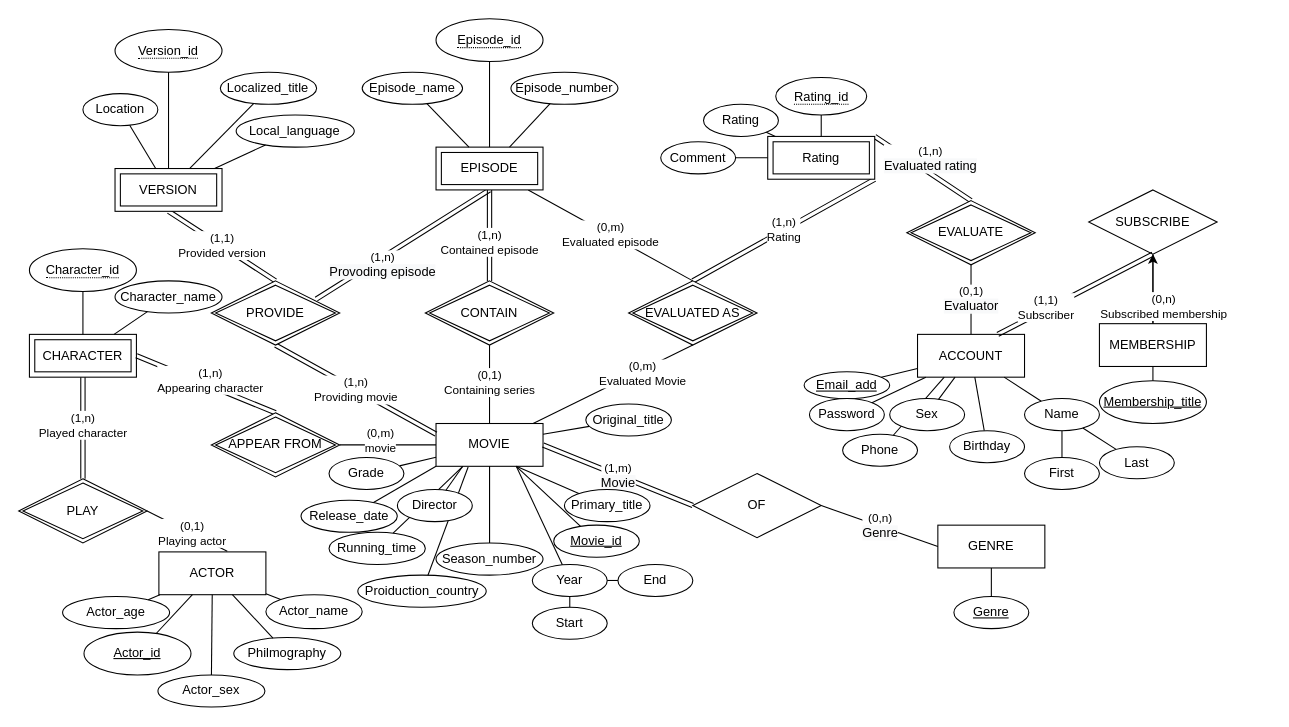
The draw.io diagram knuMovieDB-2.drawio in BENHAN94/knuMovieDB, before the edit. Source tidied: cells renumbered, new cells numbered last; positions are measured from the earlier drawing's top-left corner, leaving out a move shared by most shapes. Both pictures are drawn from the tidied source at 107%, with x=0, y=0 at pixel (18, 18).
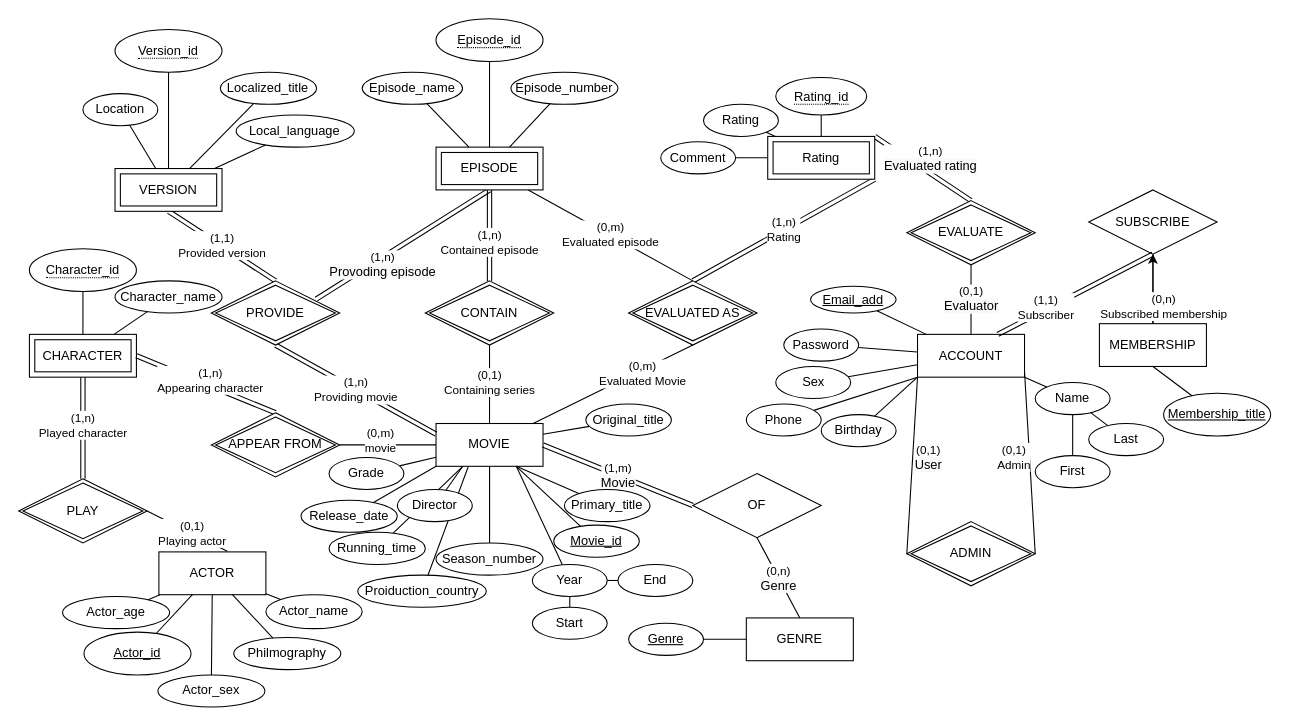
The same diagram, later.

Unchanged cells that the change refers to:
```xml
<mxCell id="7" value="OF" style="shape=rhombus;perimeter=rhombusPerimeter;whiteSpace=wrap;html=1;align=center;" parent="1" vertex="1">
  <mxGeometry x="630" y="425" width="120" height="60" as="geometry" />
</mxCell>
<mxCell id="31" value="ACCOUNT" style="whiteSpace=wrap;html=1;align=center;" parent="1" vertex="1">
  <mxGeometry x="840" y="295" width="100" height="40" as="geometry" />
</mxCell>
```

What changed in the source:
```diff
@@
     <mxCell id="3" value="GENRE" style="whiteSpace=wrap;html=1;align=center;" parent="1" vertex="1">
-      <mxGeometry x="859" y="473.3" width="100" height="40" as="geometry" />
+      <mxGeometry x="680" y="560" width="100" height="40" as="geometry" />
     </mxCell>
@@
-    <mxCell id="9" value="(0,n)&lt;br&gt;&lt;span style=&quot;font-size: 12px ; background-color: rgb(248 , 249 , 250)&quot;&gt;Genre&lt;/span&gt;" style="endArrow=none;html=1;rounded=0;exitX=1;exitY=0.5;exitDx=0;exitDy=0;entryX=0;entryY=0.5;entryDx=0;entryDy=0;" parent="1" edge="1" source="7" target="3">
+    <mxCell id="9" value="(0,n)&lt;br&gt;&lt;span style=&quot;font-size: 12px ; background-color: rgb(248 , 249 , 250)&quot;&gt;Genre&lt;/span&gt;" style="endArrow=none;html=1;rounded=0;exitX=0.5;exitY=1;exitDx=0;exitDy=0;entryX=0.5;entryY=0;entryDx=0;entryDy=0;" parent="1" edge="1" source="7" target="3">
       <mxGeometry relative="1" as="geometry" />
     </mxCell>
@@
     <mxCell id="35" value="Email_add" style="ellipse;whiteSpace=wrap;html=1;align=center;fontStyle=4;" parent="1" vertex="1">
-      <mxGeometry x="734" y="330" width="80" height="25" as="geometry" />
+      <mxGeometry x="740" y="250" width="80" height="25" as="geometry" />
     </mxCell>
@@
     <mxCell id="47" value="Membership_title" style="ellipse;whiteSpace=wrap;html=1;align=center;fontStyle=4;" parent="1" vertex="1">
-      <mxGeometry x="1010" y="338.3" width="100" height="40" as="geometry" />
+      <mxGeometry x="1070" y="350" width="100" height="40" as="geometry" />
     </mxCell>
@@
     <mxCell id="74" value="Genre" style="ellipse;whiteSpace=wrap;html=1;align=center;fontStyle=4;" parent="1" vertex="1">
-      <mxGeometry x="874" y="540" width="70" height="30" as="geometry" />
+      <mxGeometry x="570" y="565" width="70" height="30" as="geometry" />
     </mxCell>
@@
     <mxCell id="76" value="Password" style="ellipse;whiteSpace=wrap;html=1;align=center;" parent="1" vertex="1">
-      <mxGeometry x="739" y="355" width="70" height="30" as="geometry" />
+      <mxGeometry x="715" y="290" width="70" height="30" as="geometry" />
     </mxCell>
@@
     <mxCell id="80" value="Phone" style="ellipse;whiteSpace=wrap;html=1;align=center;" parent="1" vertex="1">
-      <mxGeometry x="770" y="388.3" width="70" height="30" as="geometry" />
+      <mxGeometry x="680" y="360" width="70" height="30" as="geometry" />
     </mxCell>
-    <mxCell id="81" style="endArrow=none;html=1;rounded=0;entryX=0.25;entryY=1;entryDx=0;entryDy=0;" parent="1" edge="1" source="80" target="31">
+    <mxCell id="81" style="endArrow=none;html=1;rounded=0;entryX=0;entryY=1;entryDx=0;entryDy=0;" parent="1" edge="1" source="80" target="31">
       <mxGeometry relative="1" as="geometry" />
     </mxCell>
     <mxCell id="82" value="Name" style="ellipse;whiteSpace=wrap;html=1;align=center;" parent="1" vertex="1">
-      <mxGeometry x="940" y="355" width="70" height="30" as="geometry" />
+      <mxGeometry x="950" y="340" width="70" height="30" as="geometry" />
     </mxCell>
-    <mxCell id="83" style="endArrow=none;html=1;rounded=0;" parent="1" edge="1" source="82" target="31">
+    <mxCell id="83" style="endArrow=none;html=1;rounded=0;entryX=1;entryY=1;entryDx=0;entryDy=0;" parent="1" edge="1" source="82" target="31">
       <mxGeometry relative="1" as="geometry" />
     </mxCell>
     <mxCell id="84" value="Sex" style="ellipse;whiteSpace=wrap;html=1;align=center;" parent="1" vertex="1">
-      <mxGeometry x="814" y="355" width="70" height="30" as="geometry" />
+      <mxGeometry x="707.5" y="325" width="70" height="30" as="geometry" />
     </mxCell>
@@
     <mxCell id="86" value="First" style="ellipse;whiteSpace=wrap;html=1;align=center;" parent="1" vertex="1">
-      <mxGeometry x="940" y="410" width="70" height="30" as="geometry" />
+      <mxGeometry x="950" y="408.3" width="70" height="30" as="geometry" />
     </mxCell>
@@
     <mxCell id="88" value="Last" style="ellipse;whiteSpace=wrap;html=1;align=center;" parent="1" vertex="1">
-      <mxGeometry x="1010" y="400" width="70" height="30" as="geometry" />
+      <mxGeometry x="1000" y="378.3" width="70" height="30" as="geometry" />
     </mxCell>
@@
     <mxCell id="90" value="Birthday" style="ellipse;whiteSpace=wrap;html=1;align=center;" parent="1" vertex="1">
-      <mxGeometry x="870" y="385" width="70" height="30" as="geometry" />
+      <mxGeometry x="750" y="370" width="70" height="30" as="geometry" />
     </mxCell>
-    <mxCell id="91" style="endArrow=none;html=1;rounded=0;" parent="1" edge="1" source="31" target="90">
+    <mxCell id="91" style="endArrow=none;html=1;rounded=0;exitX=0;exitY=1;exitDx=0;exitDy=0;" parent="1" edge="1" source="31" target="90">
       <mxGeometry relative="1" as="geometry" />
     </mxCell>
@@
+    <mxCell id="117" value="ADMIN" style="shape=rhombus;double=1;perimeter=rhombusPerimeter;whiteSpace=wrap;html=1;align=center;" parent="1" vertex="1">
+      <mxGeometry x="830" y="470" width="120" height="60" as="geometry" />
+    </mxCell>
+    <mxCell id="118" value="(0,1)&lt;br&gt;&lt;span style=&quot;font-size: 12px ; background-color: rgb(248 , 249 , 250)&quot;&gt;User&lt;br&gt;&lt;/span&gt;" style="endArrow=none;html=1;rounded=0;exitX=0;exitY=0.5;exitDx=0;exitDy=0;entryX=0;entryY=1;entryDx=0;entryDy=0;" parent="1" edge="1" source="117" target="31">
+      <mxGeometry x="0.1" y="-15" relative="1" as="geometry" />
+    </mxCell>
+    <mxCell id="119" value="(0,1)&lt;br&gt;Admin" style="endArrow=none;html=1;rounded=0;exitX=1;exitY=0.5;exitDx=0;exitDy=0;" parent="1" edge="1" source="117">
+      <mxGeometry x="0.07" y="15" relative="1" as="geometry">
+        <mxPoint x="940" y="330" as="targetPoint" />
+      </mxGeometry>
+    </mxCell>
```
